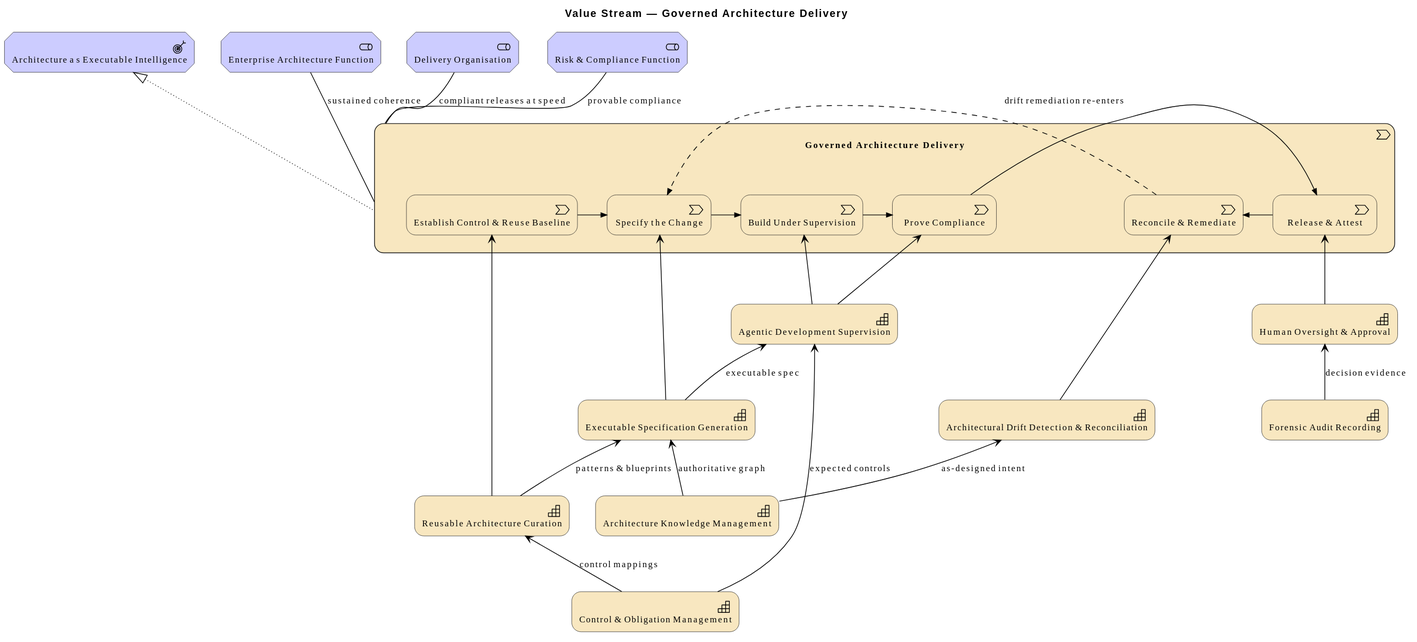
Above: architecture/model/diagrams/vision/value-stream.svg in wolffy-au/frictionless-architect (PlantUML), before the change.
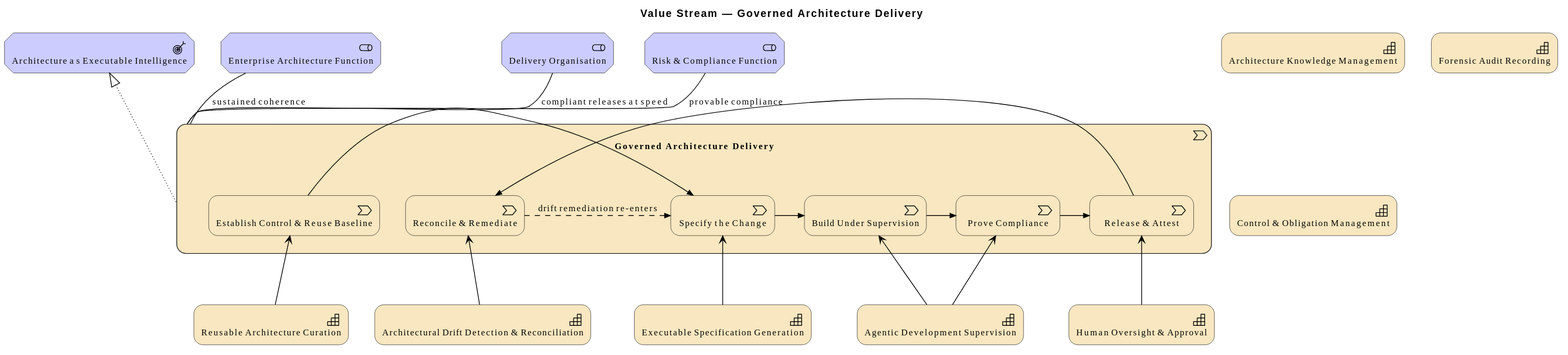
The same file after the commit.

The edit, as a diff of the source:
```diff
@@ -40,11 +40,4 @@
 Rel_Triggering_Right(e_idb542830057125a, e_idf362f39778065d, "")
 Rel_Triggering_Right(e_idf362f39778065d, e_iddd4585a6a08153, "")
 Rel_Flow_Right(e_iddd4585a6a08153, e_id01dab436206551, "drift remediation re-enters")
-Rel_Serving_Up(e_id18ec07397a9d5f, e_idafba1b4ab1e756, "authoritative graph")
-Rel_Serving_Up(e_id18ec07397a9d5f, e_id41aa3eb894c852, "as-designed intent")
-Rel_Serving_Up(e_id752d1de3794f5f, e_idafba1b4ab1e756, "patterns & blueprints")
-Rel_Serving_Up(e_id72468b5b403450, e_id752d1de3794f5f, "control mappings")
-Rel_Serving_Up(e_id72468b5b403450, e_id4a1c34ab69d151, "expected controls")
-Rel_Serving_Up(e_idafba1b4ab1e756, e_id4a1c34ab69d151, "executable spec")
-Rel_Serving_Up(e_idc29413a2099958, e_id08f340a094e552, "decision evidence")
 @enduml
```
